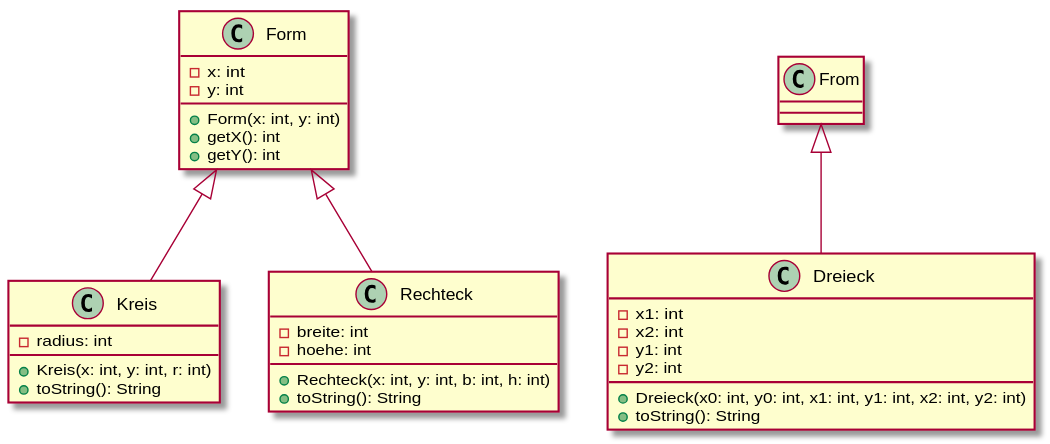
The PlantUML diagram formen.svg in nadineoeser/oop-uebung09, before a commit. Source of this version:
```plantuml
@startuml formen

class Form {
	-x: int
	-y: int

	+Form(x: int, y: int)
	+getX(): int
	+getY(): int
}

class Dreieck extends From {
	-x1: int
	-x2: int
	-y1: int
	-y2: int

	+Dreieck(x0: int, y0: int, x1: int, y1: int, x2: int, y2: int)
	+toString(): String
}

class Kreis extends Form {
	-radius: int

	+Kreis(x: int, y: int, r: int)
	+toString(): String
}

class Rechteck extends Form {
	-breite: int
	-hoehe: int

	+Rechteck(x: int, y: int, b: int, h: int)
	+toString(): String
}

@enduml
```
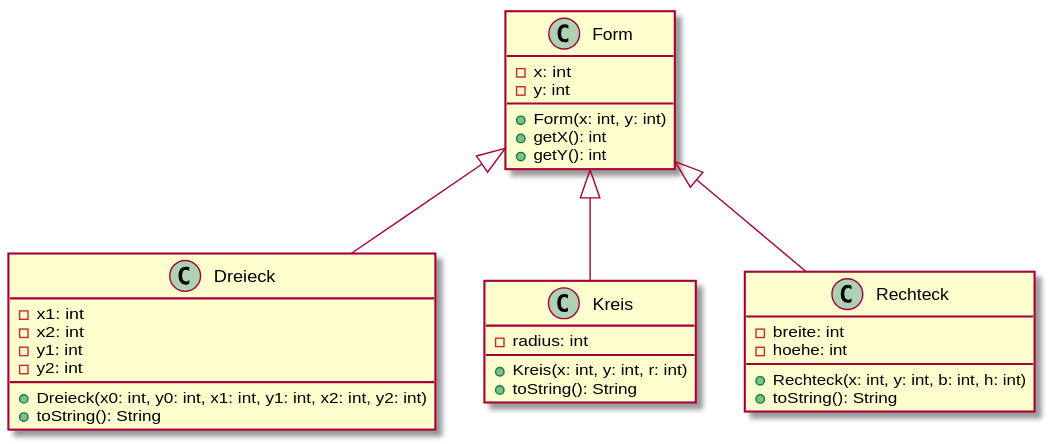
After the change.

Change to the diagram source:
```diff
@@ -9,7 +9,7 @@
 	+getY(): int
 }
 
-class Dreieck extends From {
+class Dreieck extends Form {
 	-x1: int
 	-x2: int
 	-y1: int
```
